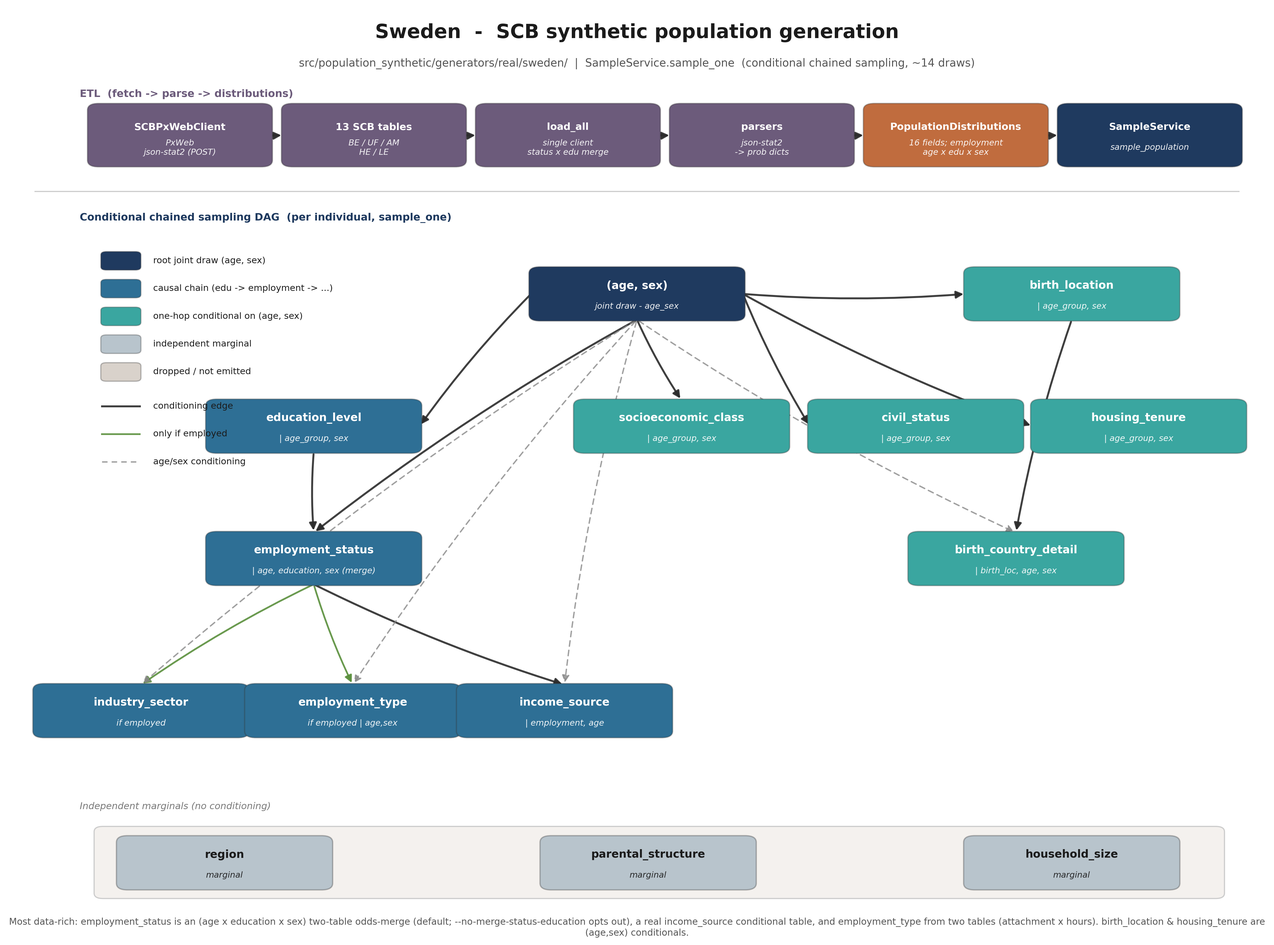
The Graphviz diagram docs/architecture/diagrams/real/sweden_generation_dag.png in bas1l/population-synthetic, before a commit. Its source is kept beside it as docs/architecture/diagrams/real/sweden_generation_dag.dot.
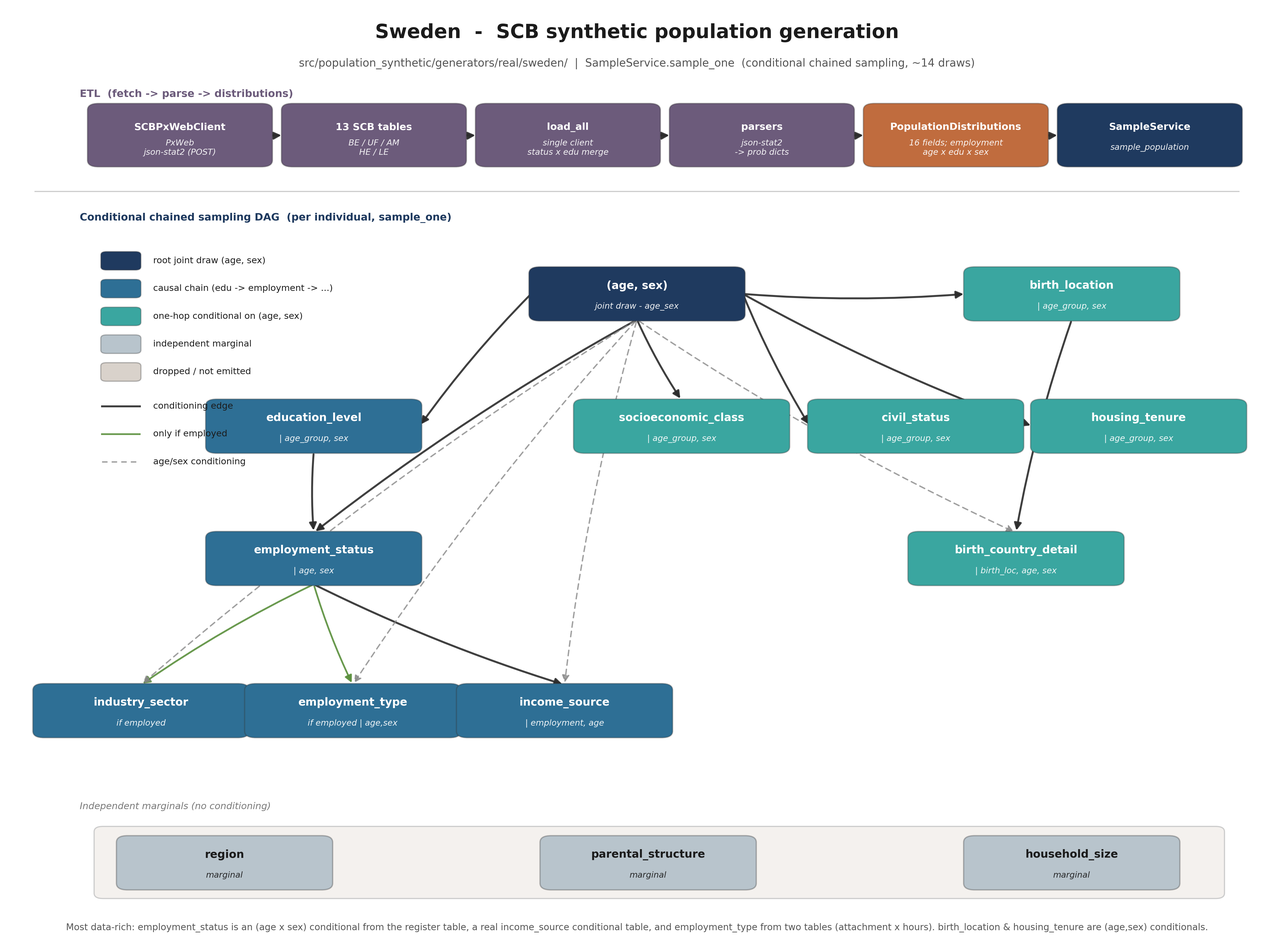
After the commit.

The edit, as a diff of the source:
```diff
@@ -6,7 +6,7 @@
 
   agesex [label="(age, sex)\n(joint draw - age_sex)", fillcolor="#1f3a5f", fontcolor="white"];
   education [label="education_level\n(| age_group, sex)", fillcolor="#2e6f95", fontcolor="white"];
-  employment [label="employment_status\n(| age, education, sex (merge))", fillcolor="#2e6f95", fontcolor="white"];
+  employment [label="employment_status\n(| age, sex)", fillcolor="#2e6f95", fontcolor="white"];
   industry [label="industry_sector\n(if employed)", fillcolor="#2e6f95", fontcolor="white"];
   emptype [label="employment_type\n(if employed | age,sex)", fillcolor="#2e6f95", fontcolor="white"];
   income_source [label="income_source\n(| employment, age)", fillcolor="#2e6f95", fontcolor="white"];
```
